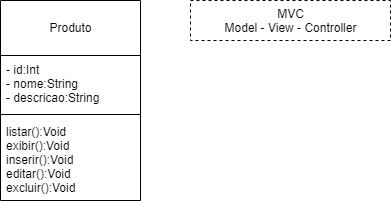
Before: crud_diagramas/diagrama_de_classes..png, a diagram exported from draw.io (andreneves/PF). Source tidied: cells renumbered, new cells last; positions are measured from the earlier drawing's top-left corner, leaving out a move shared by most shapes.
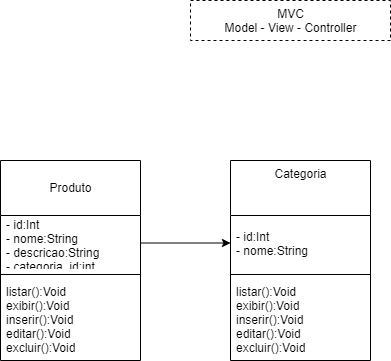
After the change.

Commit message:
diagrama de classes

Diff of the diagram source:
```diff
@@ -3,9 +3,9 @@
     <mxCell id="0" />
     <mxCell id="1" parent="0" />
     <mxCell id="2" value="&lt;br&gt;Produto" style="swimlane;fontStyle=0;align=center;verticalAlign=top;horizontal=1;startSize=55;html=1;" parent="1" vertex="1">
-      <mxGeometry width="140" height="200" as="geometry" />
+      <mxGeometry x="130" y="140" width="140" height="200" as="geometry" />
     </mxCell>
-    <mxCell id="3" value="- id:Int&lt;br&gt;- nome:String&lt;br&gt;- descricao:String" style="text;html=1;strokeColor=none;fillColor=none;align=left;verticalAlign=middle;spacingLeft=4;spacingRight=4;overflow=hidden;points=[[0,0.5],[1,0.5]];portConstraint=eastwest;" parent="2" vertex="1">
+    <mxCell id="3" value="- id:Int&lt;br&gt;- nome:String&lt;br&gt;- descricao:String&lt;br&gt;- categoria_id:int" style="text;html=1;strokeColor=none;fillColor=none;align=left;verticalAlign=middle;spacingLeft=4;spacingRight=4;overflow=hidden;points=[[0,0.5],[1,0.5]];portConstraint=eastwest;" parent="2" vertex="1">
       <mxGeometry y="55" width="140" height="55" as="geometry" />
     </mxCell>
     <mxCell id="4" style="line;strokeWidth=1;fillColor=none;align=left;verticalAlign=middle;spacingTop=-1;spacingLeft=3;spacingRight=3;labelPosition=right;" parent="2" vertex="1">
@@ -15,7 +15,22 @@
       <mxGeometry y="118" width="140" height="82" as="geometry" />
     </mxCell>
     <mxCell id="6" value="MVC&lt;br&gt;Model - View - Controller" style="shape=partialRectangle;html=1;top=1;align=center;dashed=1;" parent="1" vertex="1">
-      <mxGeometry x="190" width="200" height="40" as="geometry" />
+      <mxGeometry x="320" y="-20" width="200" height="40" as="geometry" />
     </mxCell>
+    <mxCell id="7" value="Categoria" style="swimlane;fontStyle=0;align=center;verticalAlign=top;horizontal=1;startSize=55;html=1;" parent="1" vertex="1">
+      <mxGeometry x="360" y="140" width="140" height="200" as="geometry" />
+    </mxCell>
+    <mxCell id="8" value="- id:Int&lt;br&gt;- nome:String" style="text;html=1;strokeColor=none;fillColor=none;align=left;verticalAlign=middle;spacingLeft=4;spacingRight=4;overflow=hidden;points=[[0,0.5],[1,0.5]];portConstraint=eastwest;" parent="7" vertex="1">
+      <mxGeometry y="55" width="140" height="55" as="geometry" />
+    </mxCell>
+    <mxCell id="9" style="line;strokeWidth=1;fillColor=none;align=left;verticalAlign=middle;spacingTop=-1;spacingLeft=3;spacingRight=3;labelPosition=right;" parent="7" vertex="1">
+      <mxGeometry y="110" width="140" height="8" as="geometry" />
+    </mxCell>
+    <mxCell id="10" value="listar():Void&lt;br&gt;exibir():Void&lt;br&gt;inserir():Void&lt;br&gt;editar():Void&lt;br&gt;excluir():Void" style="text;html=1;strokeColor=none;fillColor=none;align=left;verticalAlign=middle;spacingLeft=4;spacingRight=4;overflow=hidden;" parent="7" vertex="1">
+      <mxGeometry y="118" width="140" height="82" as="geometry" />
+    </mxCell>
+    <mxCell id="11" style="edgeStyle=orthogonalEdgeStyle;rounded=0;jettySize=auto;html=1;entryX=0;entryY=0.5;entryDx=0;entryDy=0;" parent="1" edge="1" source="3" target="8">
+      <mxGeometry relative="1" as="geometry" />
+    </mxCell>
   </root>
 </mxGraphModel>
```
